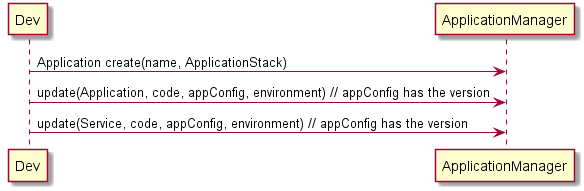
Before: docs/Actors/ApplicationDeveloper/Activity.png, a diagram exported from PlantUML (CAADE/C3).
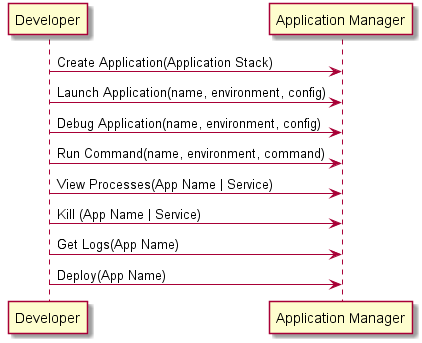
After the commit.

What changed in the source:
```diff
@@ -1,5 +1,14 @@
 @startuml
-Dev -> ApplicationManager: Application create(name, ApplicationStack)
-Dev -> ApplicationManager: update(Application, code, appConfig, environment) // appConfig has the version
-Dev -> ApplicationManager: update(Service, code, appConfig, environment) // appConfig has the version
+participant "Developer" as Dev
+participant "Application Manager" as AM
+
+Dev -> AM: Create Application(Application Stack)
+Dev -> AM: Launch Application(name, environment, config)
+Dev -> AM: Debug Application(name, environment, config)
+Dev -> AM: Run Command(name, environment, command)
+Dev -> AM: View Processes(App Name | Service)
+Dev -> AM: Kill (App Name | Service)
+Dev -> AM: Get Logs(App Name)
+Dev -> AM: Deploy(App Name)
+
 @enduml
```
